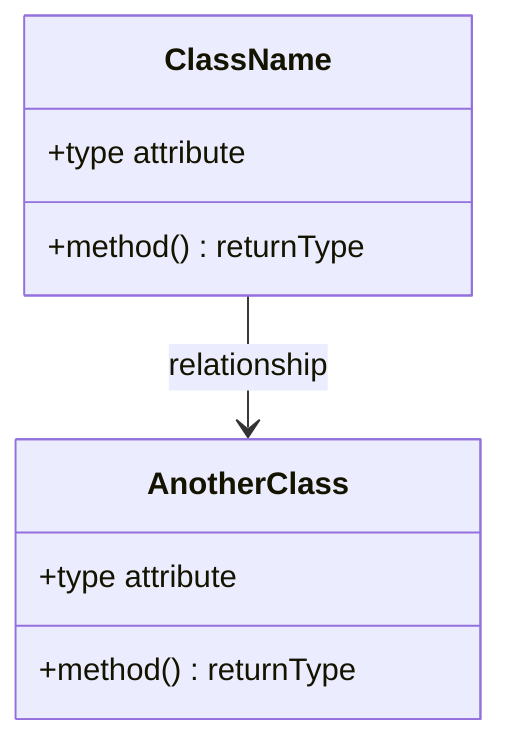
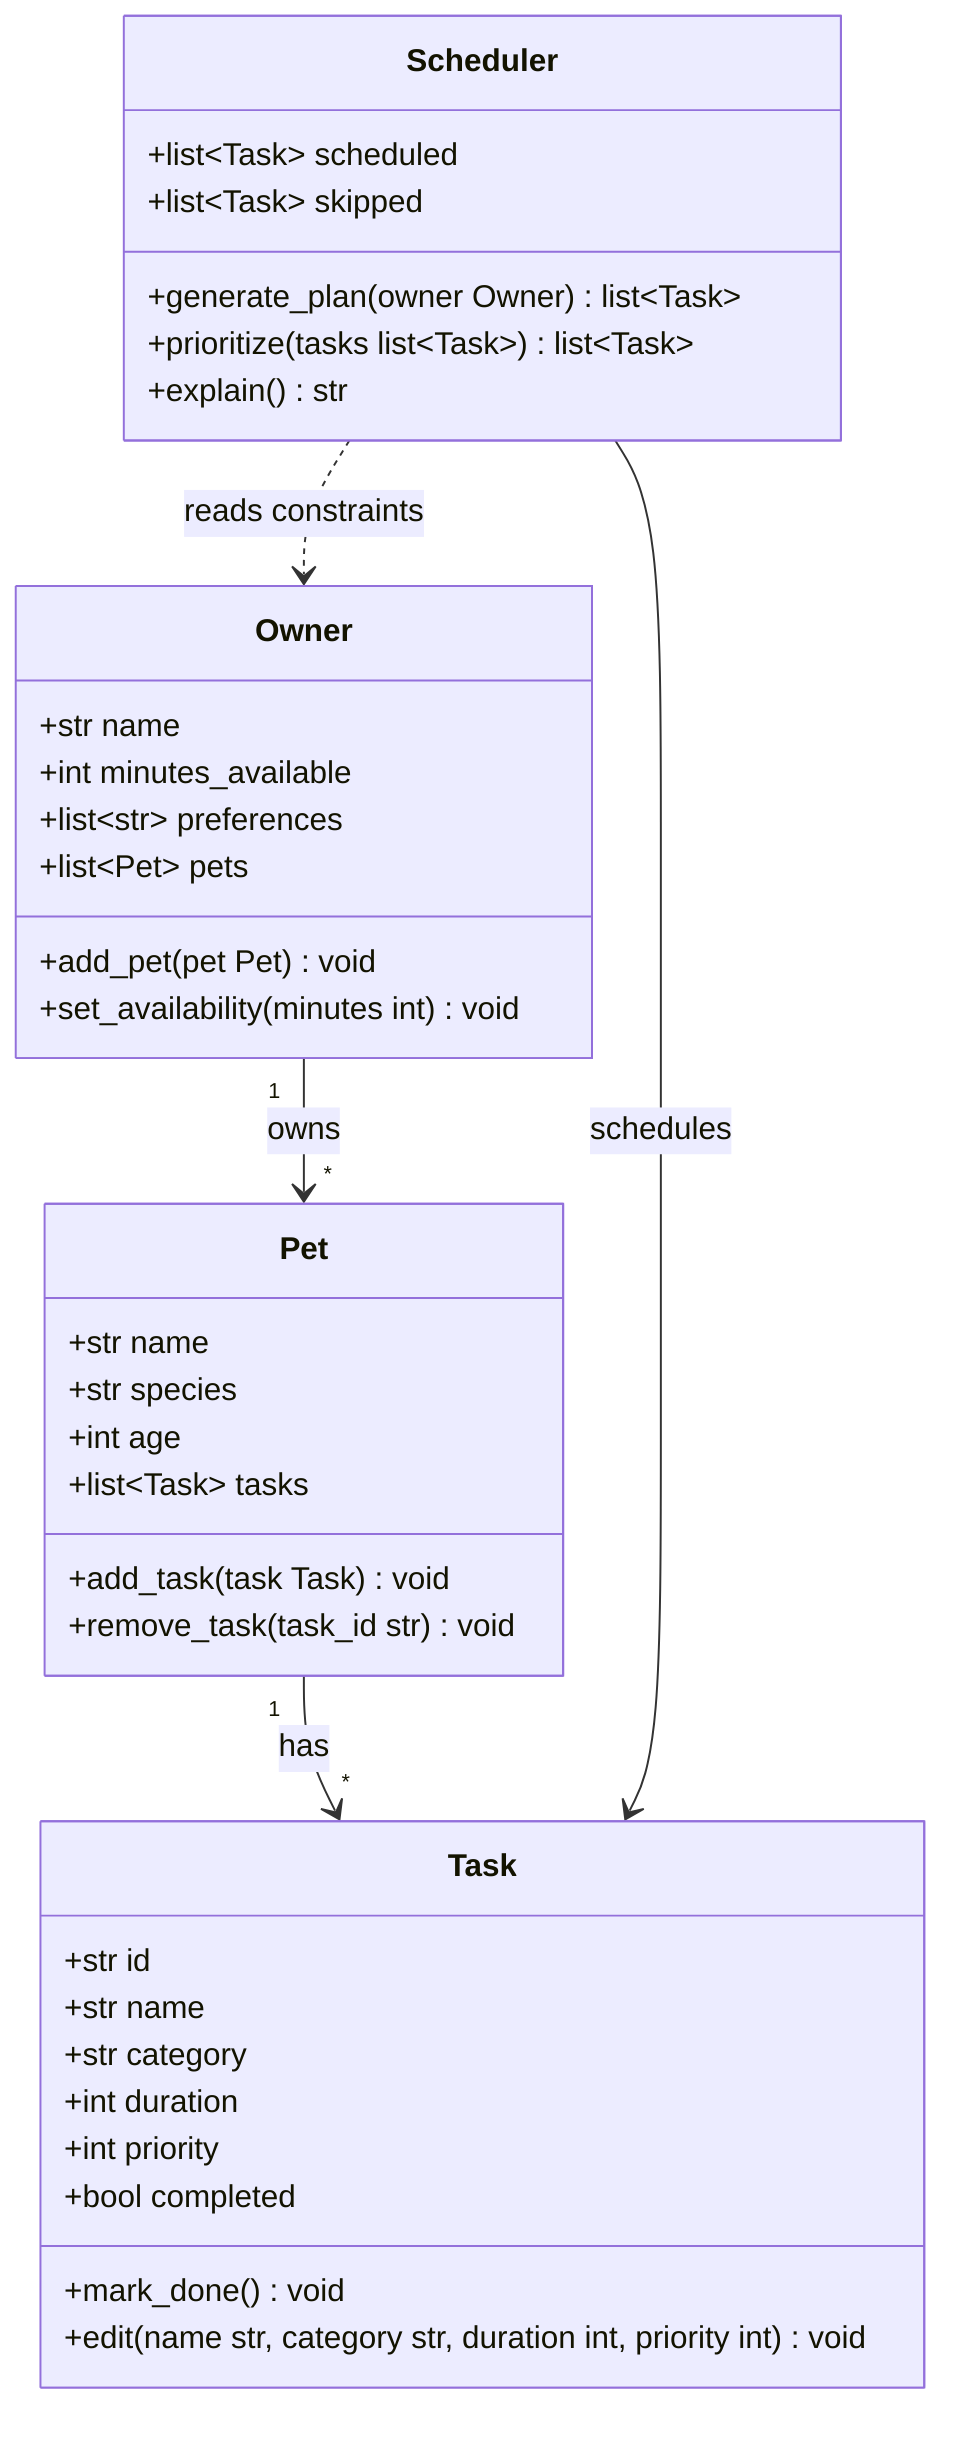
classDiagram
-     %% Replace the placeholders below with your actual classes, attributes, methods, and relationships.
-     %% Keep this file updated so it matches your final implementation.
+     %% PawPal+ — daily pet care planning app
+     %% Classes: Owner, Pet, Task, Scheduler

-     class ClassName {
-         +type attribute
-         +method() returnType
+     class Owner {
+         +str name
+         +int minutes_available
+         +list~str~ preferences
+         +list~Pet~ pets
+         +add_pet(pet Pet) void
+         +set_availability(minutes int) void
    }

-     class AnotherClass {
-         +type attribute
-         +method() returnType
+     class Pet {
+         +str name
+         +str species
+         +int age
+         +list~Task~ tasks
+         +add_task(task Task) void
+         +remove_task(task_id str) void
    }

-     ClassName --> AnotherClass : relationship
+     class Task {
+         +str id
+         +str name
+         +str category
+         +int duration
+         +int priority
+         +bool completed
+         +mark_done() void
+         +edit(name str, category str, duration int, priority int) void
+     }
+ 
+     class Scheduler {
+         +list~Task~ scheduled
+         +list~Task~ skipped
+         +generate_plan(owner Owner) list~Task~
+         +prioritize(tasks list~Task~) list~Task~
+         +explain() str
+     }
+ 
+     Owner "1" --> "*" Pet : owns
+     Pet "1" --> "*" Task : has
+     Scheduler --> Task : schedules
+     Scheduler ..> Owner : reads constraints
